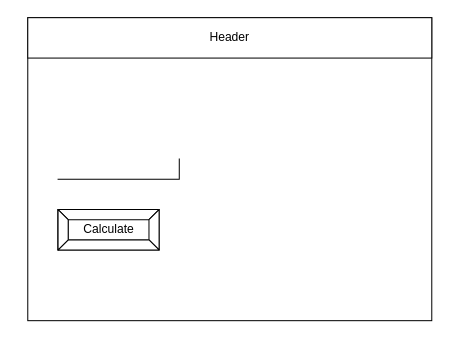
Earlier version of the draw.io diagram design/story-board.drawio (Chloe-Havel/assinment-ICS2O-4). Source tidied: cells renumbered, new cells numbered last; positions are measured from the earlier drawing's top-left corner, leaving out a move shared by most shapes. Both pictures are drawn from the tidied source at 101%, with x=0, y=0 at pixel (27, 17).
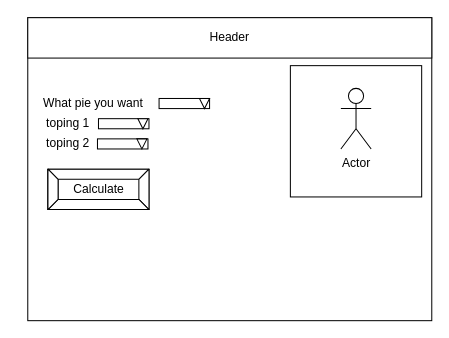
Above is the later version.

Change to the diagram source:
```diff
@@
 <mxGraphModel>
   <root>
     <mxCell id="0" />
     <mxCell id="1" parent="0" />
-    <mxCell id="2" style="rounded=0;whiteSpace=wrap;html=1;" parent="1" vertex="1">
-      <mxGeometry width="400" height="300" as="geometry" />
-    </mxCell>
+    <mxCell id="5" style="rounded=0;whiteSpace=wrap;html=1;" parent="1" vertex="1">
+      <mxGeometry width="400" height="300" as="geometry" />
+    </mxCell>
     <mxCell id="3" value="Header" style="rounded=0;whiteSpace=wrap;html=1;" parent="1" vertex="1">
       <mxGeometry width="400" height="40" as="geometry" />
     </mxCell>
-    <mxCell id="4" style="shape=partialRectangle;whiteSpace=wrap;html=1;top=0;left=0;fillColor=none;" parent="1" vertex="1">
-      <mxGeometry x="30" y="140" width="120" height="20" as="geometry" />
-    </mxCell>
-    <mxCell id="5" value="Calculate" style="labelPosition=center;verticalLabelPosition=middle;align=center;html=1;shape=mxgraph.basic.button;dx=10;" parent="1" vertex="1">
-      <mxGeometry x="30" y="190" width="100" height="40" as="geometry" />
-    </mxCell>
+    <mxCell id="6" value="Calculate" style="labelPosition=center;verticalLabelPosition=middle;align=center;html=1;shape=mxgraph.basic.button;dx=10;" parent="1" vertex="1">
+      <mxGeometry x="20" y="150" width="100" height="40" as="geometry" />
+    </mxCell>
+    <mxCell id="7" value="What pie you want" style="text;html=1;strokeColor=none;fillColor=none;align=center;verticalAlign=middle;whiteSpace=wrap;rounded=0;" parent="1" vertex="1">
+      <mxGeometry x="-10" y="70" width="150" height="30" as="geometry" />
+    </mxCell>
+    <mxCell id="8" value="toping 1" style="text;html=1;strokeColor=none;fillColor=none;align=center;verticalAlign=middle;whiteSpace=wrap;rounded=0;" parent="1" vertex="1">
+      <mxGeometry x="10" y="90" width="60" height="30" as="geometry" />
+    </mxCell>
+    <mxCell id="9" style="rounded=0;whiteSpace=wrap;html=1;" parent="1" vertex="1">
+      <mxGeometry x="130" y="80" width="50" height="10" as="geometry" />
+    </mxCell>
+    <mxCell id="10" style="rounded=0;whiteSpace=wrap;html=1;" parent="1" vertex="1">
+      <mxGeometry x="70" y="100" width="50" height="10" as="geometry" />
+    </mxCell>
+    <mxCell id="11" style="triangle;whiteSpace=wrap;html=1;rotation=90;" parent="1" vertex="1">
+      <mxGeometry x="170" y="80" width="10" height="10" as="geometry" />
+    </mxCell>
+    <mxCell id="12" style="triangle;whiteSpace=wrap;html=1;rotation=90;" parent="1" vertex="1">
+      <mxGeometry x="109" y="100" width="10" height="10" as="geometry" />
+    </mxCell>
+    <mxCell id="13" style="whiteSpace=wrap;html=1;" parent="1" vertex="1">
+      <mxGeometry x="260" y="47.5" width="130" height="130" as="geometry" />
+    </mxCell>
+    <mxCell id="14" value="Actor" style="shape=umlActor;verticalLabelPosition=bottom;verticalAlign=top;html=1;" parent="1" vertex="1">
+      <mxGeometry x="310" y="70" width="30" height="60" as="geometry" />
+    </mxCell>
+    <mxCell id="15" style="rounded=0;whiteSpace=wrap;html=1;" parent="1" vertex="1">
+      <mxGeometry x="69" y="120" width="50" height="10" as="geometry" />
+    </mxCell>
+    <mxCell id="16" style="triangle;whiteSpace=wrap;html=1;rotation=90;" parent="1" vertex="1">
+      <mxGeometry x="108" y="120" width="10" height="10" as="geometry" />
+    </mxCell>
+    <mxCell id="17" value="toping 2" style="text;html=1;strokeColor=none;fillColor=none;align=center;verticalAlign=middle;whiteSpace=wrap;rounded=0;" parent="1" vertex="1">
+      <mxGeometry x="10" y="110" width="60" height="30" as="geometry" />
+    </mxCell>
   </root>
 </mxGraphModel>
```
